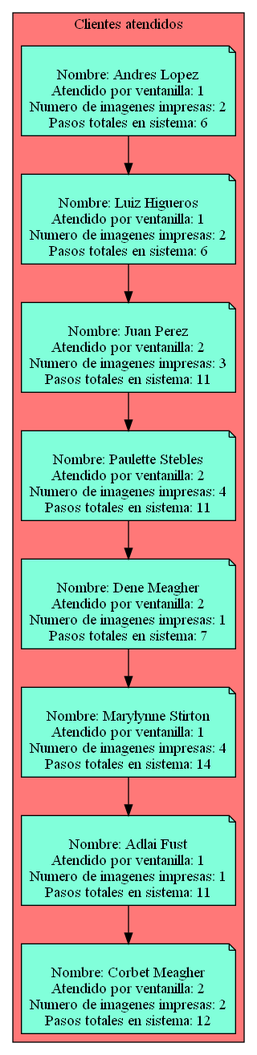
This is Simple_Clients_Served.png from Serch-ING/EDD_UDRAWING_202000119, a Graphviz export, as it was before one commit. Its source is kept beside it as Simple_Clients_Served.dot.
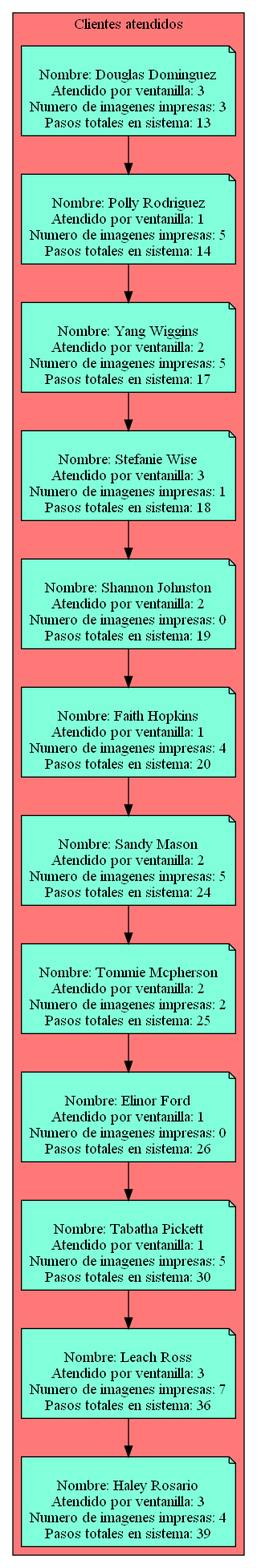
The same diagram one commit later.

The edit, as a diff of the source:
```diff
@@ -3,51 +3,75 @@
 subgraph cluster_p{
     label= " Clientes atendidos "
     bgcolor = "#FF7878"
-Nodo957465255[label="
-Nombre: Andres Lopez
+Nodo1021436681[label="
+Nombre: Douglas Dominguez
+Atendido por ventanilla: 3
+Numero de imagenes impresas: 3
+Pasos totales en sistema: 13",fillcolor="#81FFDA"]
+Nodo1712943792[label="
+Nombre: Polly Rodriguez
 Atendido por ventanilla: 1
-Numero de imagenes impresas: 2
-Pasos totales en sistema: 6",fillcolor="#81FFDA"]
-Nodo482082765[label="
-Nombre: Luiz Higueros
-Atendido por ventanilla: 1
-Numero de imagenes impresas: 2
-Pasos totales en sistema: 6",fillcolor="#81FFDA"]
-Nodo384587033[label="
-Nombre: Juan Perez
+Numero de imagenes impresas: 5
+Pasos totales en sistema: 14",fillcolor="#81FFDA"]
+Nodo78204644[label="
+Nombre: Yang Wiggins
 Atendido por ventanilla: 2
-Numero de imagenes impresas: 3
-Pasos totales en sistema: 11",fillcolor="#81FFDA"]
-Nodo858952163[label="
-Nombre: Paulette Stebles
+Numero de imagenes impresas: 5
+Pasos totales en sistema: 17",fillcolor="#81FFDA"]
+Nodo447212746[label="
+Nombre: Stefanie Wise
+Atendido por ventanilla: 3
+Numero de imagenes impresas: 1
+Pasos totales en sistema: 18",fillcolor="#81FFDA"]
+Nodo609962972[label="
+Nombre: Shannon Johnston
 Atendido por ventanilla: 2
-Numero de imagenes impresas: 4
-Pasos totales en sistema: 11",fillcolor="#81FFDA"]
-Nodo1076607567[label="
-Nombre: Dene Meagher
-Atendido por ventanilla: 2
-Numero de imagenes impresas: 1
-Pasos totales en sistema: 7",fillcolor="#81FFDA"]
-Nodo1820383114[label="
-Nombre: Marylynne Stirton
+Numero de imagenes impresas: 0
+Pasos totales en sistema: 19",fillcolor="#81FFDA"]
+Nodo1199673596[label="
+Nombre: Faith Hopkins
 Atendido por ventanilla: 1
 Numero de imagenes impresas: 4
-Pasos totales en sistema: 14",fillcolor="#81FFDA"]
-Nodo1961173763[label="
-Nombre: Adlai Fust
-Atendido por ventanilla: 1
-Numero de imagenes impresas: 1
-Pasos totales en sistema: 11",fillcolor="#81FFDA"]
-Nodo1156304131[label="
-Nombre: Corbet Meagher
+Pasos totales en sistema: 20",fillcolor="#81FFDA"]
+Nodo2134607032[label="
+Nombre: Sandy Mason
+Atendido por ventanilla: 2
+Numero de imagenes impresas: 5
+Pasos totales en sistema: 24",fillcolor="#81FFDA"]
+Nodo573673894[label="
+Nombre: Tommie Mcpherson
 Atendido por ventanilla: 2
 Numero de imagenes impresas: 2
-Pasos totales en sistema: 12",fillcolor="#81FFDA"]
-Nodo957465255 -> Nodo482082765
-Nodo482082765 -> Nodo384587033
-Nodo384587033 -> Nodo858952163
-Nodo858952163 -> Nodo1076607567
-Nodo1076607567 -> Nodo1820383114
-Nodo1820383114 -> Nodo1961173763
-Nodo1961173763 -> Nodo1156304131
+Pasos totales en sistema: 25",fillcolor="#81FFDA"]
+Nodo1922464006[label="
+Nombre: Elinor Ford
+Atendido por ventanilla: 1
+Numero de imagenes impresas: 0
+Pasos totales en sistema: 26",fillcolor="#81FFDA"]
+Nodo1438030319[label="
+Nombre: Tabatha Pickett
+Atendido por ventanilla: 1
+Numero de imagenes impresas: 5
+Pasos totales en sistema: 30",fillcolor="#81FFDA"]
+Nodo1939990953[label="
+Nombre: Leach Ross
+Atendido por ventanilla: 3
+Numero de imagenes impresas: 7
+Pasos totales en sistema: 36",fillcolor="#81FFDA"]
+Nodo817978763[label="
+Nombre: Haley Rosario
+Atendido por ventanilla: 3
+Numero de imagenes impresas: 4
+Pasos totales en sistema: 39",fillcolor="#81FFDA"]
+Nodo1021436681 -> Nodo1712943792
+Nodo1712943792 -> Nodo78204644
+Nodo78204644 -> Nodo447212746
+Nodo447212746 -> Nodo609962972
+Nodo609962972 -> Nodo1199673596
+Nodo1199673596 -> Nodo2134607032
+Nodo2134607032 -> Nodo573673894
+Nodo573673894 -> Nodo1922464006
+Nodo1922464006 -> Nodo1438030319
+Nodo1438030319 -> Nodo1939990953
+Nodo1939990953 -> Nodo817978763
 }}
```
